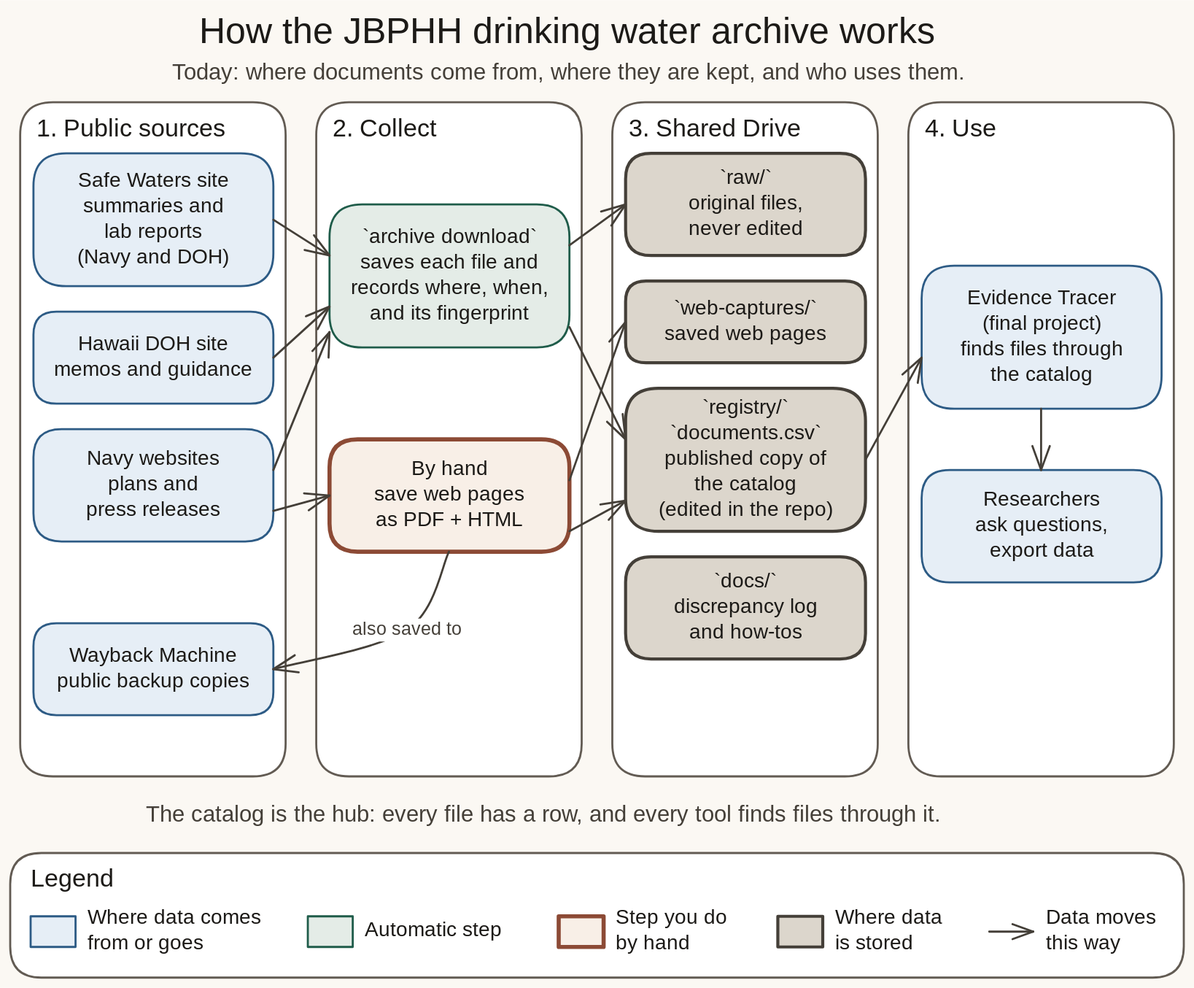
Earlier version of the Excalidraw export docs/diagrams/svgs/archive-big-picture.excalidraw.svg (alemarieceria/jbphh-dw-archive-pipeline). Source tidied: one line per element, renumbered; positions are measured from the earlier drawing's top-left corner, leaving out a move shared by most shapes.
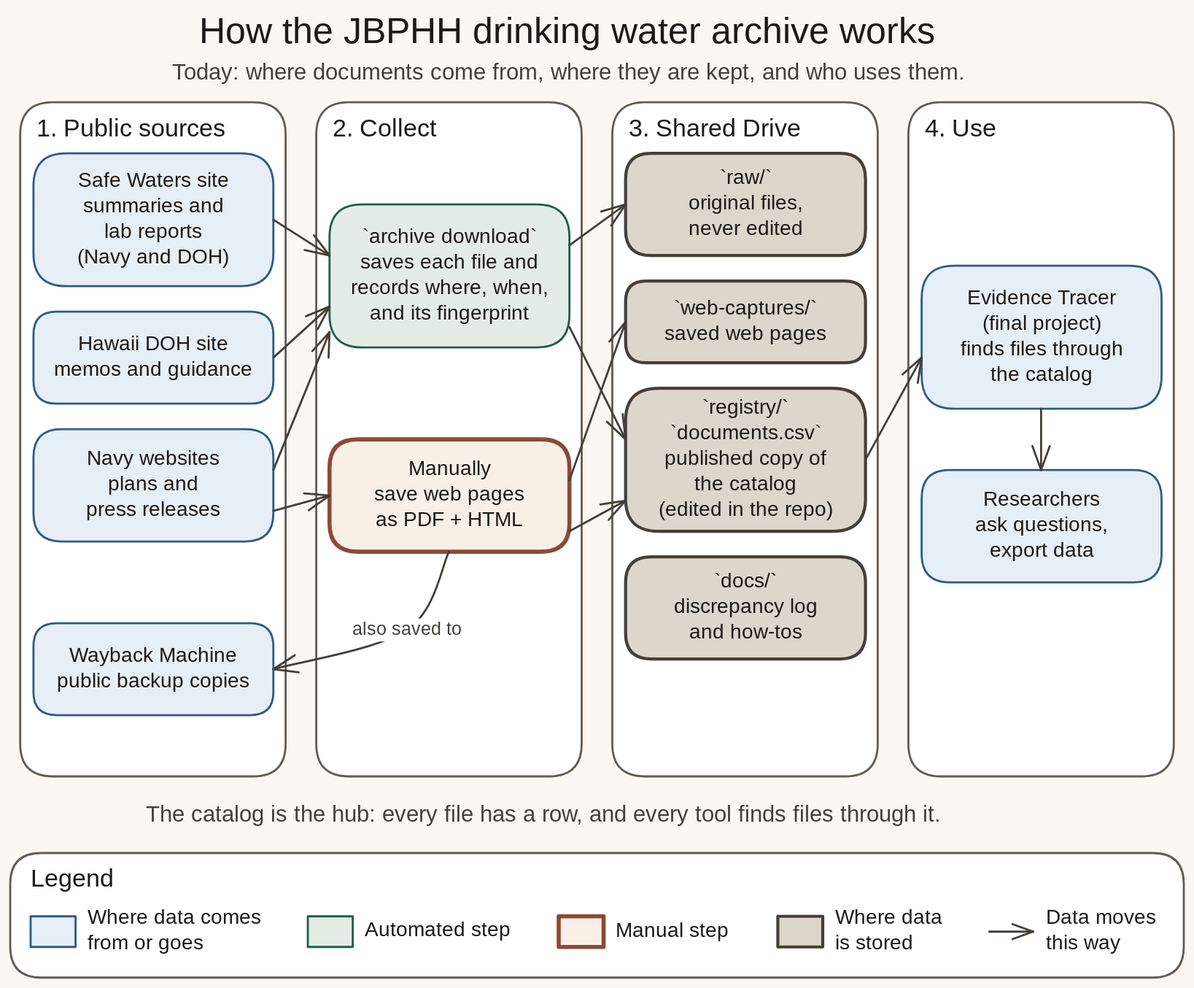
After the commit.

The edit, as a diff of the source:
```diff
@@ -18,7 +18,7 @@
 {"id": 17, "type": "arrow", "strokeColor": "#443f38", "strokeWidth": 2, "roughness": 0, "endArrowhead": "arrow", "round": true, "x": 258, "y": 340, "width": 55, "height": 50, "points": [[0, 0], [55, -50]]}
 {"id": 18, "type": "arrow", "strokeColor": "#443f38", "strokeWidth": 2, "roughness": 0, "endArrowhead": "arrow", "round": true, "x": 258, "y": 450, "width": 55, "height": 135, "points": [[0, 0], [55, -135]]}
 {"id": 19, "type": "rectangle", "strokeColor": "#8c4a35", "backgroundColor": "#f8efe7", "fillStyle": "solid", "strokeWidth": 4, "roughness": 0, "round": true, "x": 313, "y": 420, "width": 235, "height": 110}
-{"id": 20, "type": "text", "text": "By hand\nsave web pages\nas PDF + HTML", "strokeColor": "#1c1a17", "strokeWidth": 2, "roughness": 1, "fontSize": 20, "fontFamily": 5, "textAlign": "center", "verticalAlign": "middle", "inside": 19, "x": 353, "y": 438, "width": 154, "height": 75}
+{"id": 20, "type": "text", "text": "Manually\nsave web pages\nas PDF + HTML", "strokeColor": "#1c1a17", "strokeWidth": 2, "roughness": 1, "fontSize": 20, "fontFamily": 5, "textAlign": "center", "verticalAlign": "middle", "inside": 19, "x": 353, "y": 438, "width": 154, "height": 75}
 {"id": 21, "type": "arrow", "strokeColor": "#443f38", "strokeWidth": 2, "roughness": 0, "endArrowhead": "arrow", "round": true, "x": 258, "y": 490, "width": 55, "height": 15, "points": [[0, 0], [55, -15]]}
 {"id": 22, "type": "arrow", "strokeColor": "#443f38", "strokeWidth": 2, "roughness": 0, "endArrowhead": "arrow", "round": true, "from": 19, "to": 10, "x": 430, "y": 530, "width": 172, "height": 115, "points": [[0, 0], [-41, 77], [-172, 115]]}
 {"id": 23, "type": "text", "text": "also saved to", "strokeColor": "#443f38", "strokeWidth": 2, "roughness": 1, "fontSize": 18, "fontFamily": 5, "textAlign": "center", "verticalAlign": "middle", "inside": 22, "x": 279, "y": 576, "width": 120, "height": 22}
@@ -50,9 +50,9 @@
 {"id": 49, "type": "rectangle", "strokeColor": "#2d5b85", "backgroundColor": "#e6eef6", "fillStyle": "solid", "strokeWidth": 2, "roughness": 0, "x": 20, "y": 887, "width": 44, "height": 30}
 {"id": 50, "type": "text", "text": "Where data comes\nfrom or goes", "strokeColor": "#1c1a17", "strokeWidth": 2, "roughness": 1, "fontSize": 20, "fontFamily": 5, "x": 76, "y": 877, "width": 176, "height": 50}
 {"id": 51, "type": "rectangle", "strokeColor": "#1f5c4a", "backgroundColor": "#e4ece7", "fillStyle": "solid", "strokeWidth": 2, "roughness": 0, "x": 292, "y": 887, "width": 44, "height": 30}
-{"id": 52, "type": "text", "text": "Automatic step", "strokeColor": "#1c1a17", "strokeWidth": 2, "roughness": 1, "fontSize": 20, "fontFamily": 5, "x": 348, "y": 889, "width": 150, "height": 25}
+{"id": 52, "type": "text", "text": "Automated step", "strokeColor": "#1c1a17", "strokeWidth": 2, "roughness": 1, "fontSize": 20, "fontFamily": 5, "x": 348, "y": 889, "width": 158, "height": 25}
 {"id": 53, "type": "rectangle", "strokeColor": "#8c4a35", "backgroundColor": "#f8efe7", "fillStyle": "solid", "strokeWidth": 4, "roughness": 0, "x": 537, "y": 887, "width": 44, "height": 30}
-{"id": 54, "type": "text", "text": "Step you do\nby hand", "strokeColor": "#1c1a17", "strokeWidth": 2, "roughness": 1, "fontSize": 20, "fontFamily": 5, "x": 593, "y": 877, "width": 119, "height": 50}
+{"id": 54, "type": "text", "text": "Manual step", "strokeColor": "#1c1a17", "strokeWidth": 2, "roughness": 1, "fontSize": 20, "fontFamily": 5, "x": 593, "y": 890, "width": 116, "height": 25}
 {"id": 55, "type": "rectangle", "strokeColor": "#443f38", "backgroundColor": "#dcd6cc", "fillStyle": "solid", "strokeWidth": 3, "roughness": 0, "x": 752, "y": 887, "width": 44, "height": 30}
 {"id": 56, "type": "text", "text": "Where data\nis stored", "strokeColor": "#1c1a17", "strokeWidth": 2, "roughness": 1, "fontSize": 20, "fontFamily": 5, "x": 808, "y": 877, "width": 111, "height": 50}
 {"id": 57, "type": "arrow", "strokeColor": "#443f38", "strokeWidth": 2, "roughness": 0, "endArrowhead": "arrow", "x": 959, "y": 902, "width": 43, "height": 0, "points": [[0, 0], [43, 0]]}
```
